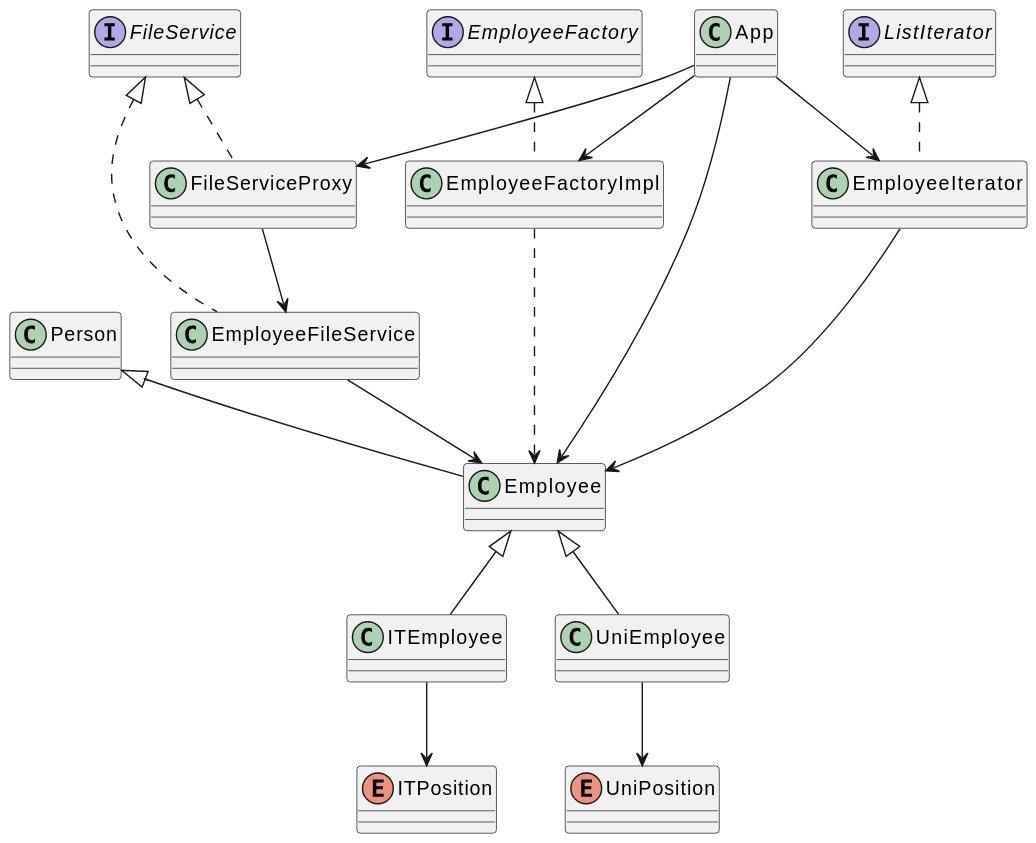
Ddavid111/employee-management-system keeps this PlantUML diagram as docs/simplifiedClassdiagram.svg. Above is the earlier version.
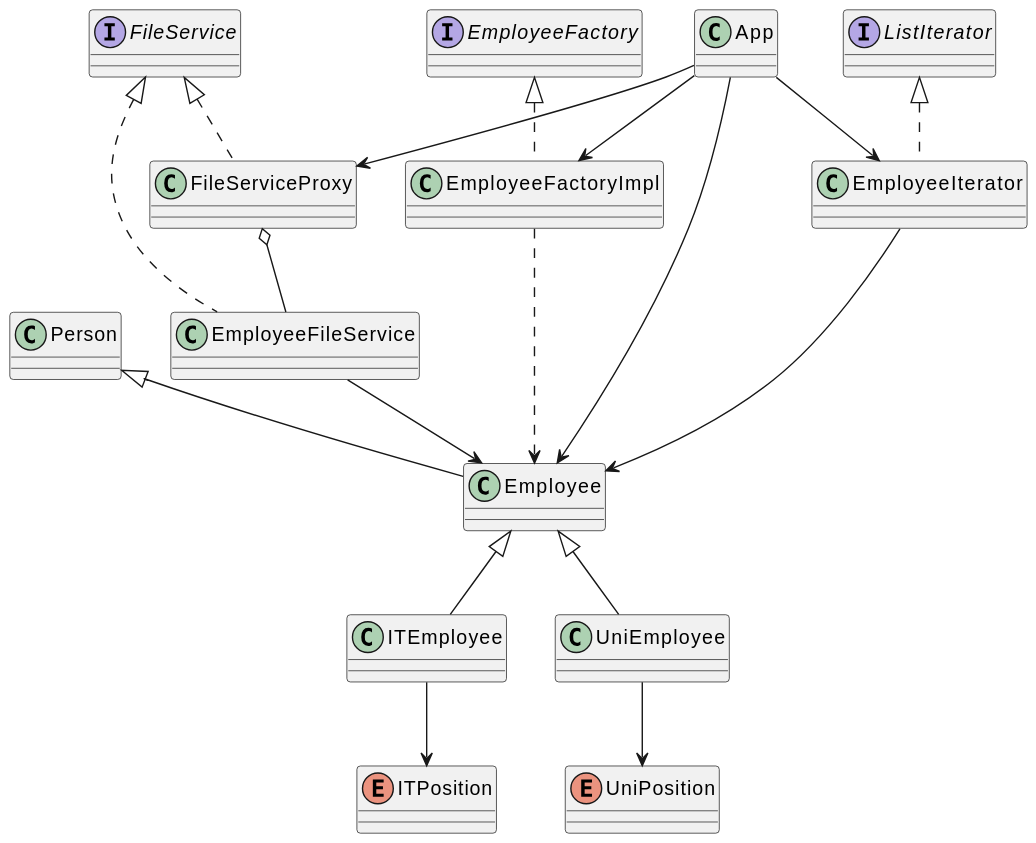
The same diagram one commit later.

Diff of the diagram source:
```diff
@@ -31,7 +31,7 @@
 
 FileService <|.. EmployeeFileService
 FileService <|.. FileServiceProxy
-FileServiceProxy --> EmployeeFileService
+FileServiceProxy o-- EmployeeFileService
 EmployeeFileService --> Employee
 
 ListIterator <|.. EmployeeIterator
```
